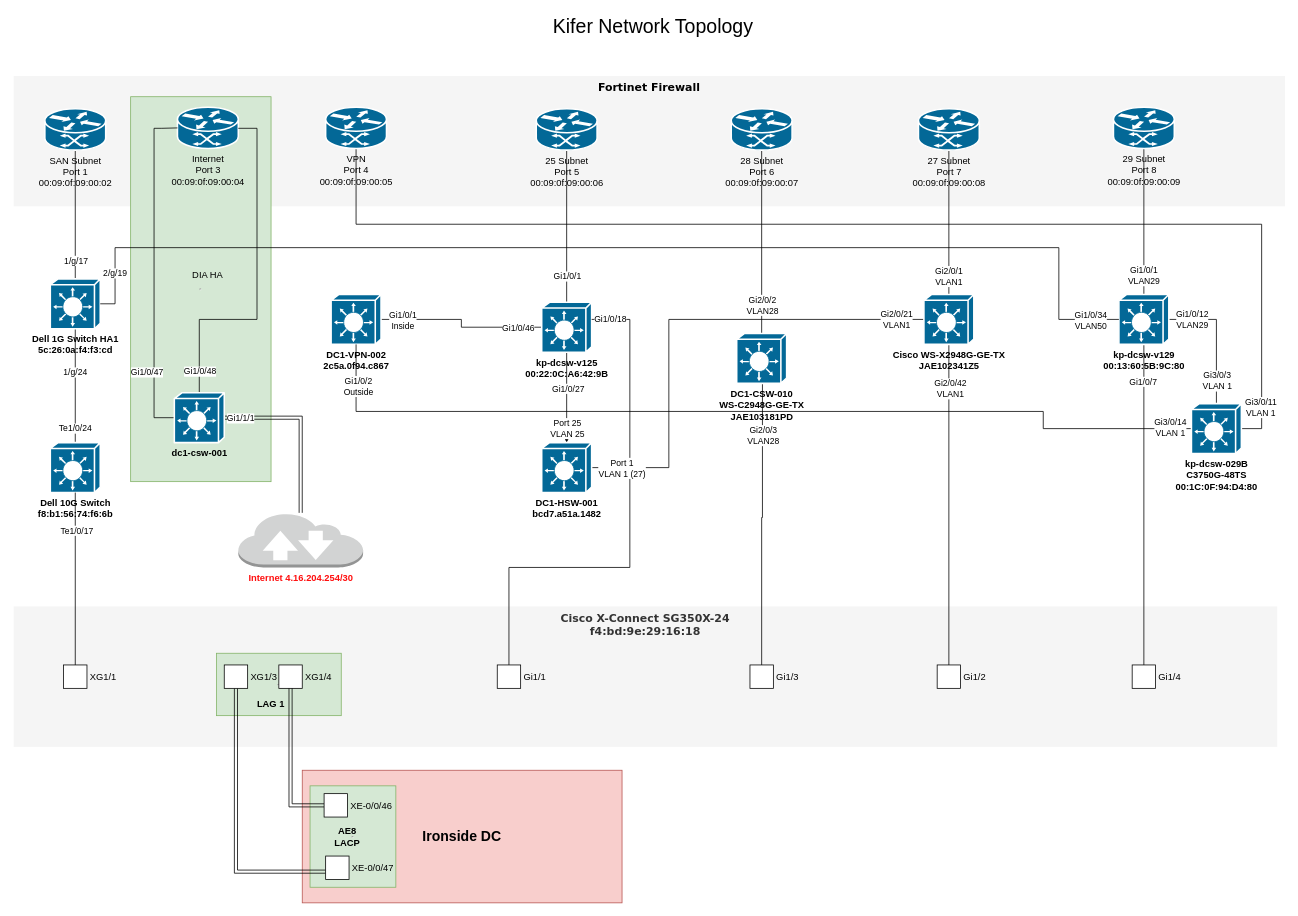
Earlier version of the draw.io diagram Kifer.drawio (nhackl/Draw.io). Source tidied: cells renumbered, new cells numbered last; positions are measured from the earlier drawing's top-left corner, leaving out a move shared by most shapes. Both pictures are drawn from the tidied source at 78%, with x=0, y=0 at pixel (13, 13).
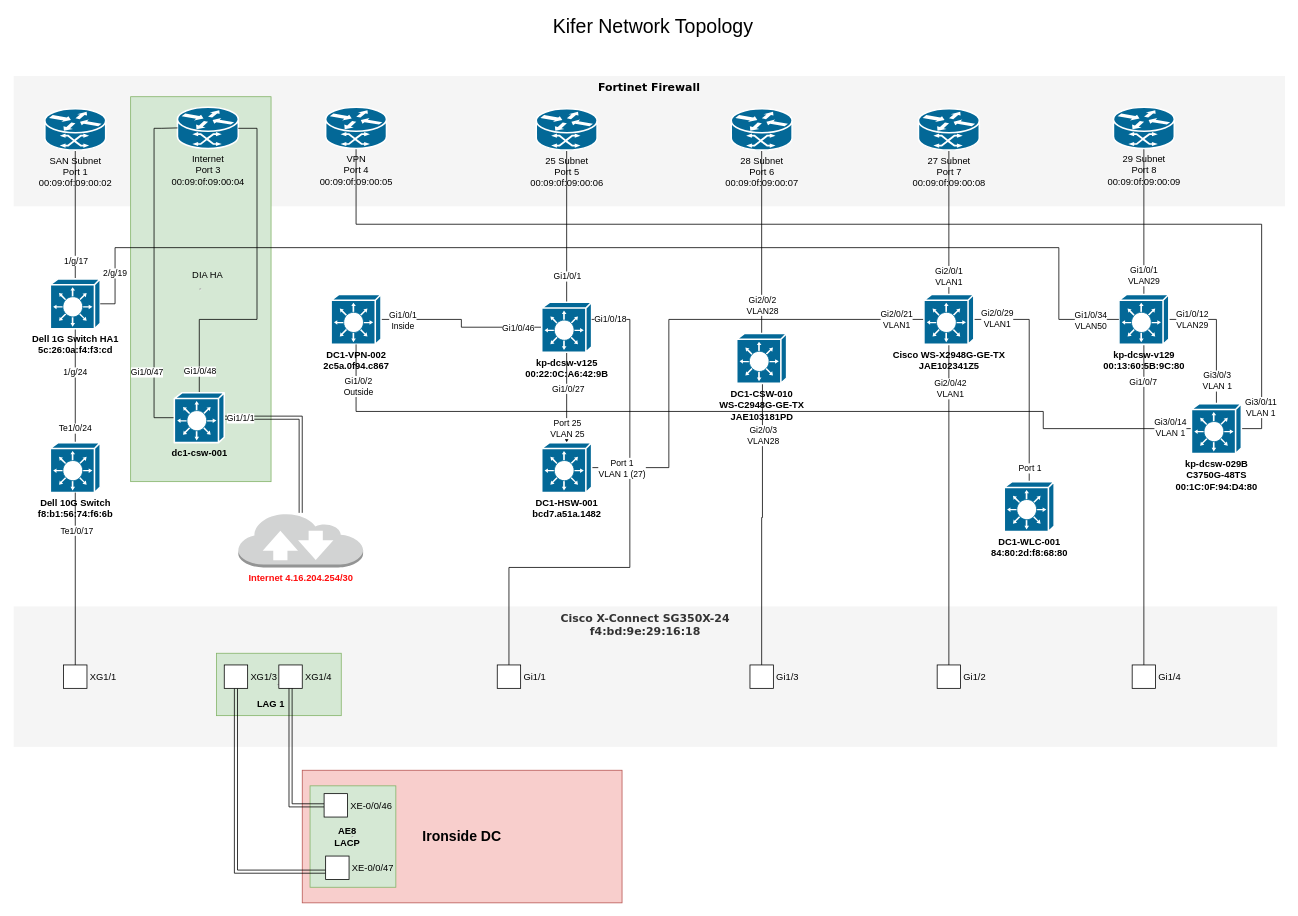
Above is the later version.

Unchanged cells that the change refers to:
```xml
<mxCell id="82" value="&lt;div&gt;&lt;b&gt;Cisco WS-X2948G-GE-TX&lt;/b&gt;&lt;/div&gt;&lt;div&gt;&lt;b&gt;JAE102341Z5&lt;/b&gt;&lt;/div&gt;&lt;div&gt;&lt;b&gt;&lt;br&gt;&lt;/b&gt;&lt;/div&gt;" style="shape=mxgraph.cisco.switches.layer_3_switch;sketch=0;html=1;dashed=0;fillColor=#036897;strokeColor=#ffffff;strokeWidth=2;verticalLabelPosition=bottom;verticalAlign=top;align=center;outlineConnect=0;" parent="1" vertex="1">
  <mxGeometry x="1167" y="360" width="64" height="64" as="geometry" />
</mxCell>
```

The edit, as a diff of the source:
```diff
@@
+    <mxCell id="90" style="edgeStyle=orthogonalEdgeStyle;rounded=0;jettySize=auto;html=1;endArrow=none;endFill=0;entryX=0.5;entryY=0;entryDx=0;entryDy=0;entryPerimeter=0;" parent="1" edge="1" source="82" target="93">
+      <mxGeometry relative="1" as="geometry" />
+    </mxCell>
+    <mxCell id="91" value="&lt;div&gt;Port 1&lt;/div&gt;" style="edgeLabel;html=1;align=center;verticalAlign=middle;" parent="90" vertex="1">
+      <mxGeometry x="0.74" relative="1" as="geometry">
+        <mxPoint y="18" as="offset" />
+      </mxGeometry>
+    </mxCell>
+    <mxCell id="92" value="&lt;div&gt;Gi2/0/29&lt;/div&gt;&lt;div&gt;VLAN1&lt;br&gt;&lt;/div&gt;" style="edgeLabel;html=1;align=center;verticalAlign=middle;" parent="90" vertex="1">
+      <mxGeometry x="-0.87" y="1" relative="1" as="geometry">
+        <mxPoint x="11" y="-1" as="offset" />
+      </mxGeometry>
+    </mxCell>
@@
+    <mxCell id="93" value="&lt;div&gt;&lt;b&gt;DC1-WLC-001&lt;/b&gt;&lt;/div&gt;&lt;div&gt;&lt;b&gt;84:80:2d:f8:68:80&lt;br&gt;&lt;/b&gt;&lt;/div&gt;" style="shape=mxgraph.cisco.switches.layer_3_switch;sketch=0;html=1;dashed=0;fillColor=#036897;strokeColor=#ffffff;strokeWidth=2;verticalLabelPosition=bottom;verticalAlign=top;align=center;outlineConnect=0;" parent="1" vertex="1">
+      <mxGeometry x="1270" y="600" width="64" height="64" as="geometry" />
+    </mxCell>
```
